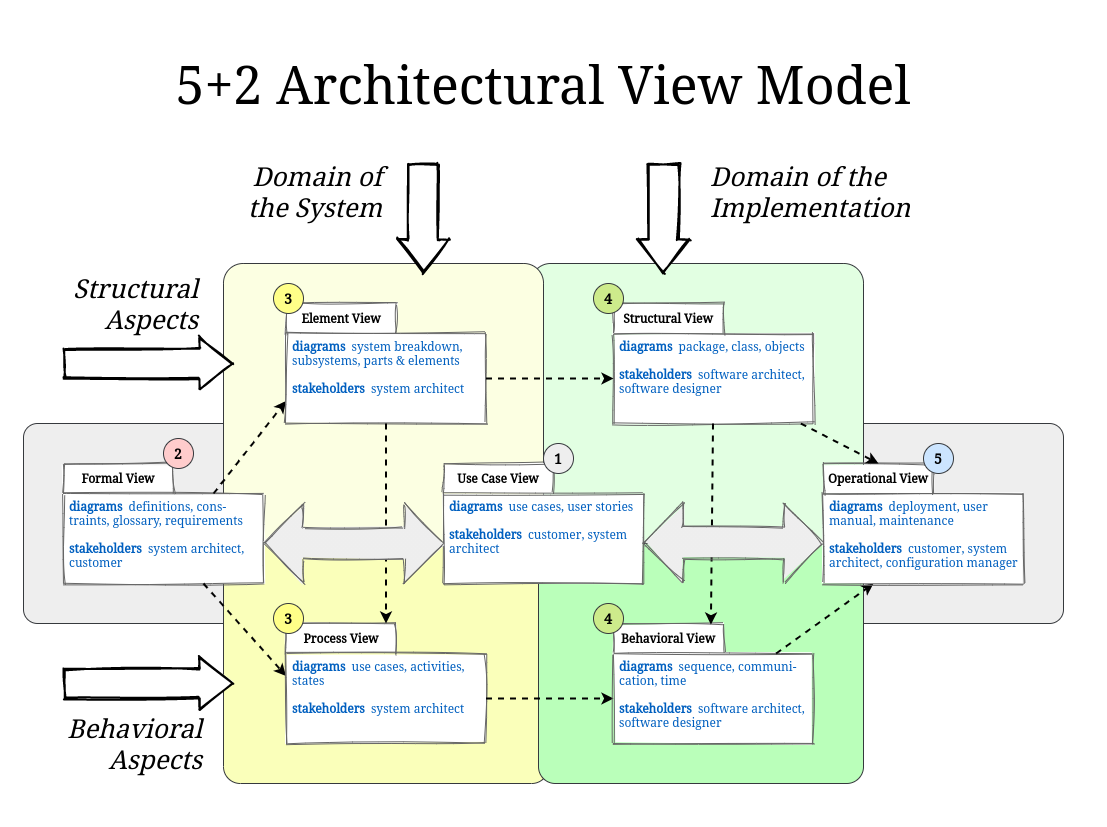
This is overview.png from rocher/5p2-avm, a draw.io export, as it was before one commit. Source tidied: cells renumbered, new cells last; positions are measured from the earlier drawing's top-left corner, leaving out a move shared by most shapes.
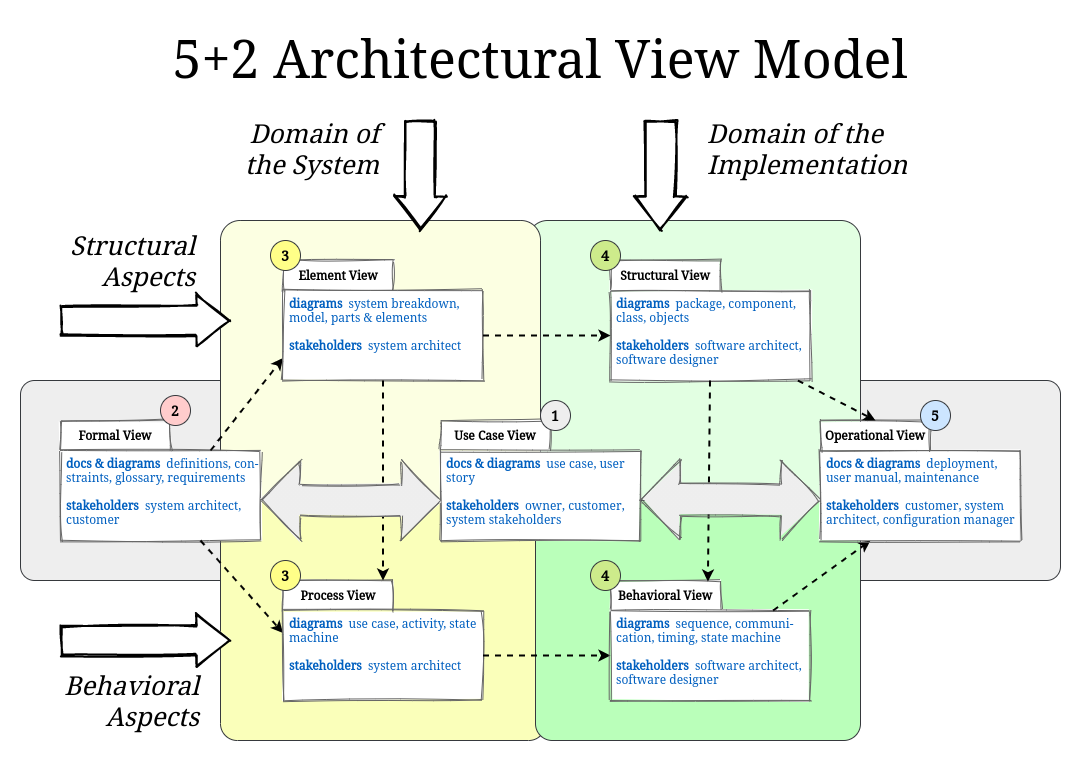
The same file after the commit.

Commit message:
Refined overview

Change to the diagram source:
```diff
@@ -11,8 +11,8 @@
     <mxCell id="4" style="rounded=1;whiteSpace=wrap;html=1;shadow=0;sketch=0;align=left;strokeColor=#36393d;glass=0;arcSize=7;fillColor=#fcffe2;fontFamily=Noto Serif;fontSource=https%3A%2F%2Ffonts.googleapis.com%2Fcss%3Ffamily%3DNoto%2BSerif;" parent="1" vertex="1">
       <mxGeometry x="200" y="240" width="320" height="280" as="geometry" />
     </mxCell>
-    <mxCell id="5" value="5+2 Architectural View Model" style="text;html=1;align=center;verticalAlign=middle;whiteSpace=wrap;rounded=0;shadow=0;sketch=1;fontSize=52;fontStyle=0;fontFamily=Noto Serif;fontSource=https%3A%2F%2Ffonts.googleapis.com%2Fcss%3Ffamily%3DNoto%2BSerif;" parent="1" vertex="1">
-      <mxGeometry width="1040" height="120" as="geometry" />
+    <mxCell id="5" value="5+2 Architectural View Model" style="text;html=1;align=center;verticalAlign=top;whiteSpace=wrap;rounded=0;shadow=0;sketch=1;fontSize=52;fontStyle=0;fontFamily=Noto Serif;fontSource=https%3A%2F%2Ffonts.googleapis.com%2Fcss%3Ffamily%3DNoto%2BSerif;" parent="1" vertex="1">
+      <mxGeometry y="40" width="1040" height="80" as="geometry" />
     </mxCell>
     <mxCell id="6" style="rounded=1;whiteSpace=wrap;html=1;shadow=0;sketch=0;align=left;strokeColor=#36393d;glass=0;arcSize=7;fillColor=#faffba;fontFamily=Noto Serif;fontSource=https%3A%2F%2Ffonts.googleapis.com%2Fcss%3Ffamily%3DNoto%2BSerif;" parent="1" vertex="1">
       <mxGeometry x="200" y="520" width="325" height="240" as="geometry" />
@@ -26,7 +26,7 @@
     <mxCell id="9" value="Use Case View" style="text;html=1;strokeColor=none;fillColor=none;align=center;verticalAlign=middle;whiteSpace=wrap;rounded=0;spacingLeft=0;fontFamily=Noto Serif;fontSource=https%3A%2F%2Ffonts.googleapis.com%2Fcss%3Ffamily%3DNoto%2BSerif;fontStyle=1;" parent="1" vertex="1">
       <mxGeometry x="420" y="445" width="110" height="20" as="geometry" />
     </mxCell>
-    <mxCell id="10" value="&lt;b&gt;diagrams&lt;/b&gt;&amp;nbsp; use cases, user stories&lt;br&gt;&lt;br&gt;&lt;b&gt;stakeholders&lt;/b&gt;&amp;nbsp; customer, system architect" style="text;html=1;strokeColor=none;fillColor=none;align=left;verticalAlign=top;whiteSpace=wrap;rounded=0;spacingLeft=4;fontFamily=Noto Serif;fontSource=https%3A%2F%2Ffonts.googleapis.com%2Fcss%3Ffamily%3DNoto%2BSerif;fontColor=#005FBF;" parent="1" vertex="1">
+    <mxCell id="10" value="&lt;b&gt;docs &amp;amp; diagrams&lt;/b&gt;&amp;nbsp; use case, user story&lt;br&gt;&lt;br&gt;&lt;b&gt;stakeholders&lt;/b&gt;&amp;nbsp; owner, customer, system stakeholders" style="text;html=1;strokeColor=none;fillColor=none;align=left;verticalAlign=top;whiteSpace=wrap;rounded=0;spacingLeft=4;fontFamily=Noto Serif;fontSource=https%3A%2F%2Ffonts.googleapis.com%2Fcss%3Ffamily%3DNoto%2BSerif;fontColor=#005FBF;" parent="1" vertex="1">
       <mxGeometry x="420" y="470" width="200" height="90" as="geometry" />
     </mxCell>
     <mxCell id="11" style="shape=folder;fontStyle=1;spacingTop=30;tabWidth=110;tabHeight=30;tabPosition=left;html=1;align=left;verticalAlign=top;whiteSpace=wrap;spacingLeft=4;sketch=1;shadow=0;fontFamily=Noto Serif;fontSource=https%3A%2F%2Ffonts.googleapis.com%2Fcss%3Ffamily%3DNoto%2BSerif;strokeColor=#666666;" parent="1" vertex="1">
@@ -41,7 +41,7 @@
     <mxCell id="14" style="edgeStyle=none;rounded=1;sketch=0;jettySize=auto;html=1;entryX=0;entryY=0.25;entryDx=0;entryDy=0;shadow=0;dashed=1;fontFamily=Noto Serif;fontSource=https%3A%2F%2Ffonts.googleapis.com%2Fcss%3Ffamily%3DNoto%2BSerif;fontSize=26;fontColor=#000000;strokeWidth=2;fillColor=#ffffff;align=left;" parent="1" edge="1" source="15" target="19">
       <mxGeometry relative="1" as="geometry" />
     </mxCell>
-    <mxCell id="15" value="&lt;b&gt;diagrams&lt;/b&gt;&amp;nbsp; definitions, cons-traints, glossary, requirements&lt;br&gt;&lt;br&gt;&lt;b&gt;stakeholders&lt;/b&gt;&amp;nbsp; system architect, customer" style="text;html=1;strokeColor=none;fillColor=none;align=left;verticalAlign=top;whiteSpace=wrap;rounded=0;spacingLeft=4;fontFamily=Noto Serif;fontSource=https%3A%2F%2Ffonts.googleapis.com%2Fcss%3Ffamily%3DNoto%2BSerif;fontColor=#005FBF;" parent="1" vertex="1">
+    <mxCell id="15" value="&lt;b&gt;docs &amp;amp; diagrams&lt;/b&gt;&amp;nbsp; definitions, con-straints, glossary, requirements&lt;br&gt;&lt;br&gt;&lt;b&gt;stakeholders&lt;/b&gt;&amp;nbsp; system architect, customer" style="text;html=1;strokeColor=none;fillColor=none;align=left;verticalAlign=top;whiteSpace=wrap;rounded=0;spacingLeft=4;fontFamily=Noto Serif;fontSource=https%3A%2F%2Ffonts.googleapis.com%2Fcss%3Ffamily%3DNoto%2BSerif;fontColor=#005FBF;" parent="1" vertex="1">
       <mxGeometry x="40" y="470" width="200" height="90" as="geometry" />
     </mxCell>
     <mxCell id="16" style="shape=folder;fontStyle=1;spacingTop=30;tabWidth=110;tabHeight=30;tabPosition=left;html=1;align=left;verticalAlign=top;whiteSpace=wrap;spacingLeft=4;sketch=1;shadow=0;fontFamily=Noto Serif;fontSource=https%3A%2F%2Ffonts.googleapis.com%2Fcss%3Ffamily%3DNoto%2BSerif;strokeColor=#666666;" parent="1" vertex="1">
@@ -53,7 +53,7 @@
     <mxCell id="18" style="edgeStyle=none;rounded=1;sketch=0;jettySize=auto;html=1;entryX=0;entryY=0.5;entryDx=0;entryDy=0;shadow=0;dashed=1;fontFamily=Noto Serif;fontSource=https%3A%2F%2Ffonts.googleapis.com%2Fcss%3Ffamily%3DNoto%2BSerif;fontSize=26;fontColor=#000000;strokeWidth=2;fillColor=#ffffff;align=left;" parent="1" edge="1" source="19" target="23">
       <mxGeometry relative="1" as="geometry" />
     </mxCell>
-    <mxCell id="19" value="&lt;b&gt;diagrams&lt;/b&gt;&amp;nbsp; use cases, activities, states&lt;br&gt;&lt;br&gt;&lt;b&gt;stakeholders&lt;/b&gt;&amp;nbsp; system architect" style="text;html=1;strokeColor=none;fillColor=none;align=left;verticalAlign=top;whiteSpace=wrap;rounded=0;spacingLeft=4;fontFamily=Noto Serif;fontSource=https%3A%2F%2Ffonts.googleapis.com%2Fcss%3Ffamily%3DNoto%2BSerif;fontColor=#005FBF;" parent="1" vertex="1">
+    <mxCell id="19" value="&lt;b&gt;diagrams&lt;/b&gt;&amp;nbsp; use case, activity, state machine&lt;br&gt;&lt;br&gt;&lt;b&gt;stakeholders&lt;/b&gt;&amp;nbsp; system architect" style="text;html=1;strokeColor=none;fillColor=none;align=left;verticalAlign=top;whiteSpace=wrap;rounded=0;spacingLeft=4;fontFamily=Noto Serif;fontSource=https%3A%2F%2Ffonts.googleapis.com%2Fcss%3Ffamily%3DNoto%2BSerif;fontColor=#005FBF;" parent="1" vertex="1">
       <mxGeometry x="262.5" y="630" width="200" height="90" as="geometry" />
     </mxCell>
     <mxCell id="20" style="shape=folder;fontStyle=1;spacingTop=30;tabWidth=110;tabHeight=30;tabPosition=left;html=1;align=left;verticalAlign=top;whiteSpace=wrap;spacingLeft=4;sketch=1;shadow=0;fontFamily=Noto Serif;fontSource=https%3A%2F%2Ffonts.googleapis.com%2Fcss%3Ffamily%3DNoto%2BSerif;strokeColor=#666666;" parent="1" vertex="1">
@@ -65,7 +65,7 @@
     <mxCell id="22" style="edgeStyle=none;rounded=1;sketch=0;jettySize=auto;html=1;entryX=0.25;entryY=1;entryDx=0;entryDy=0;shadow=0;dashed=1;fontFamily=Noto Serif;fontSource=https%3A%2F%2Ffonts.googleapis.com%2Fcss%3Ffamily%3DNoto%2BSerif;fontSize=26;fontColor=#000000;strokeWidth=2;fillColor=#ffffff;align=left;" parent="1" edge="1" source="23" target="26">
       <mxGeometry relative="1" as="geometry" />
     </mxCell>
-    <mxCell id="23" value="&lt;b&gt;diagrams&lt;/b&gt;&amp;nbsp; sequence, communi-cation, time&lt;br&gt;&lt;br&gt;&lt;b&gt;stakeholders&lt;/b&gt;&amp;nbsp; software architect, software designer" style="text;html=1;strokeColor=none;fillColor=none;align=left;verticalAlign=top;rounded=0;spacingLeft=4;fontFamily=Noto Serif;fontSource=https%3A%2F%2Ffonts.googleapis.com%2Fcss%3Ffamily%3DNoto%2BSerif;fontColor=#005FBF;whiteSpace=wrap;" parent="1" vertex="1">
+    <mxCell id="23" value="&lt;b&gt;diagrams&lt;/b&gt;&amp;nbsp; sequence, communi-cation, timing, state machine&lt;br&gt;&lt;br&gt;&lt;b&gt;stakeholders&lt;/b&gt;&amp;nbsp; software architect, software designer" style="text;html=1;strokeColor=none;fillColor=none;align=left;verticalAlign=top;rounded=0;spacingLeft=4;fontFamily=Noto Serif;fontSource=https%3A%2F%2Ffonts.googleapis.com%2Fcss%3Ffamily%3DNoto%2BSerif;fontColor=#005FBF;whiteSpace=wrap;" parent="1" vertex="1">
       <mxGeometry x="590" y="630" width="200" height="90" as="geometry" />
     </mxCell>
     <mxCell id="24" style="shape=folder;fontStyle=1;spacingTop=30;tabWidth=110;tabHeight=30;tabPosition=left;html=1;align=left;verticalAlign=top;whiteSpace=wrap;spacingLeft=4;sketch=1;shadow=0;fontFamily=Noto Serif;fontSource=https%3A%2F%2Ffonts.googleapis.com%2Fcss%3Ffamily%3DNoto%2BSerif;strokeColor=#666666;" parent="1" vertex="1">
@@ -74,7 +74,7 @@
     <mxCell id="25" value="Operational View" style="text;html=1;strokeColor=none;fillColor=none;align=center;verticalAlign=middle;whiteSpace=wrap;rounded=0;spacingLeft=0;fontFamily=Noto Serif;fontSource=https%3A%2F%2Ffonts.googleapis.com%2Fcss%3Ffamily%3DNoto%2BSerif;fontStyle=1;" parent="1" vertex="1">
       <mxGeometry x="800" y="445" width="110" height="20" as="geometry" />
     </mxCell>
-    <mxCell id="26" value="&lt;b&gt;diagrams&lt;/b&gt;&amp;nbsp; deployment, user manual, maintenance&lt;br&gt;&lt;br&gt;&lt;b&gt;stakeholders&lt;/b&gt;&amp;nbsp; customer, system architect, configuration manager" style="text;html=1;strokeColor=none;fillColor=none;align=left;verticalAlign=top;whiteSpace=wrap;rounded=0;spacingLeft=4;fontFamily=Noto Serif;fontSource=https%3A%2F%2Ffonts.googleapis.com%2Fcss%3Ffamily%3DNoto%2BSerif;fontColor=#005FBF;" parent="1" vertex="1">
+    <mxCell id="26" value="&lt;b&gt;docs &amp;amp; diagrams&lt;/b&gt;&amp;nbsp; deployment, user manual, maintenance&lt;br&gt;&lt;br&gt;&lt;b&gt;stakeholders&lt;/b&gt;&amp;nbsp; customer, system architect, configuration manager" style="text;html=1;strokeColor=none;fillColor=none;align=left;verticalAlign=top;whiteSpace=wrap;rounded=0;spacingLeft=4;fontFamily=Noto Serif;fontSource=https%3A%2F%2Ffonts.googleapis.com%2Fcss%3Ffamily%3DNoto%2BSerif;fontColor=#005FBF;" parent="1" vertex="1">
       <mxGeometry x="800" y="470" width="200" height="90" as="geometry" />
     </mxCell>
     <mxCell id="27" style="shape=folder;fontStyle=1;spacingTop=30;tabWidth=110;tabHeight=30;tabPosition=left;html=1;align=left;verticalAlign=top;whiteSpace=wrap;spacingLeft=4;sketch=1;shadow=0;fontFamily=Noto Serif;fontSource=https%3A%2F%2Ffonts.googleapis.com%2Fcss%3Ffamily%3DNoto%2BSerif;strokeColor=#666666;" parent="1" vertex="1">
@@ -89,7 +89,7 @@
     <mxCell id="30" style="edgeStyle=none;rounded=1;sketch=0;jettySize=auto;html=1;entryX=0;entryY=0;entryDx=55;entryDy=0;entryPerimeter=0;shadow=0;dashed=1;fontFamily=Noto Serif;fontSource=https%3A%2F%2Ffonts.googleapis.com%2Fcss%3Ffamily%3DNoto%2BSerif;fontSize=26;fontColor=#000000;strokeWidth=2;fillColor=#ffffff;align=left;" parent="1" edge="1" source="31" target="24">
       <mxGeometry relative="1" as="geometry" />
     </mxCell>
-    <mxCell id="31" value="&lt;b&gt;diagrams&lt;/b&gt;&amp;nbsp; package, class, objects&lt;br&gt;&lt;br&gt;&lt;b&gt;stakeholders&lt;/b&gt;&amp;nbsp; software architect, software designer" style="text;html=1;strokeColor=none;fillColor=none;align=left;verticalAlign=top;whiteSpace=wrap;rounded=0;spacingLeft=4;fontFamily=Noto Serif;fontSource=https%3A%2F%2Ffonts.googleapis.com%2Fcss%3Ffamily%3DNoto%2BSerif;fontColor=#005FBF;" parent="1" vertex="1">
+    <mxCell id="31" value="&lt;b&gt;diagrams&lt;/b&gt;&amp;nbsp; package, component, class, objects&lt;br&gt;&lt;br&gt;&lt;b&gt;stakeholders&lt;/b&gt;&amp;nbsp; software architect, software designer" style="text;html=1;strokeColor=none;fillColor=none;align=left;verticalAlign=top;whiteSpace=wrap;rounded=0;spacingLeft=4;fontFamily=Noto Serif;fontSource=https%3A%2F%2Ffonts.googleapis.com%2Fcss%3Ffamily%3DNoto%2BSerif;fontColor=#005FBF;" parent="1" vertex="1">
       <mxGeometry x="590" y="310" width="200" height="90" as="geometry" />
     </mxCell>
     <mxCell id="32" style="shape=folder;fontStyle=1;spacingTop=30;tabWidth=110;tabHeight=30;tabPosition=left;html=1;align=left;verticalAlign=top;whiteSpace=wrap;spacingLeft=4;sketch=1;shadow=0;fontFamily=Noto Serif;fontSource=https%3A%2F%2Ffonts.googleapis.com%2Fcss%3Ffamily%3DNoto%2BSerif;strokeColor=#666666;" parent="1" vertex="1">
@@ -104,7 +104,7 @@
     <mxCell id="35" style="edgeStyle=none;rounded=1;sketch=0;jettySize=auto;html=1;entryX=0;entryY=0.5;entryDx=0;entryDy=0;shadow=0;dashed=1;fontFamily=Noto Serif;fontSource=https%3A%2F%2Ffonts.googleapis.com%2Fcss%3Ffamily%3DNoto%2BSerif;fontSize=26;fontColor=#000000;strokeWidth=2;fillColor=#ffffff;align=left;" parent="1" edge="1" source="36" target="31">
       <mxGeometry relative="1" as="geometry" />
     </mxCell>
-    <mxCell id="36" value="&lt;b&gt;diagrams&lt;/b&gt;&amp;nbsp; system breakdown, subsystems, parts &amp;amp; elements&lt;br&gt;&lt;br&gt;&lt;b&gt;stakeholders&lt;/b&gt;&amp;nbsp; system architect" style="text;html=1;strokeColor=none;fillColor=none;align=left;verticalAlign=top;whiteSpace=wrap;rounded=0;spacingLeft=4;fontFamily=Noto Serif;fontSource=https%3A%2F%2Ffonts.googleapis.com%2Fcss%3Ffamily%3DNoto%2BSerif;fontColor=#005FBF;" parent="1" vertex="1">
+    <mxCell id="36" value="&lt;b&gt;diagrams&lt;/b&gt;&amp;nbsp; system breakdown, model, parts &amp;amp; elements&lt;br&gt;&lt;br&gt;&lt;b&gt;stakeholders&lt;/b&gt;&amp;nbsp; system architect" style="text;html=1;strokeColor=none;fillColor=none;align=left;verticalAlign=top;whiteSpace=wrap;rounded=0;spacingLeft=4;fontFamily=Noto Serif;fontSource=https%3A%2F%2Ffonts.googleapis.com%2Fcss%3Ffamily%3DNoto%2BSerif;fontColor=#005FBF;" parent="1" vertex="1">
       <mxGeometry x="262.5" y="310" width="200" height="90" as="geometry" />
     </mxCell>
     <mxCell id="37" style="shape=flexArrow;endArrow=classic;startArrow=classic;html=1;fontFamily=Noto Serif;fontSource=https%3A%2F%2Ffonts.googleapis.com%2Fcss%3Ffamily%3DNoto%2BSerif;fontSize=36;fontColor=#005FBF;startWidth=46.42029439398684;startSize=12.70485436893204;width=31.93548387096774;endSize=12.70485436893204;endWidth=46.42029439398684;sketch=1;gradientDirection=north;fillColor=#EEEEEE;gradientColor=#EEEEEE;strokeColor=#666666;" parent="1" edge="1">
```
